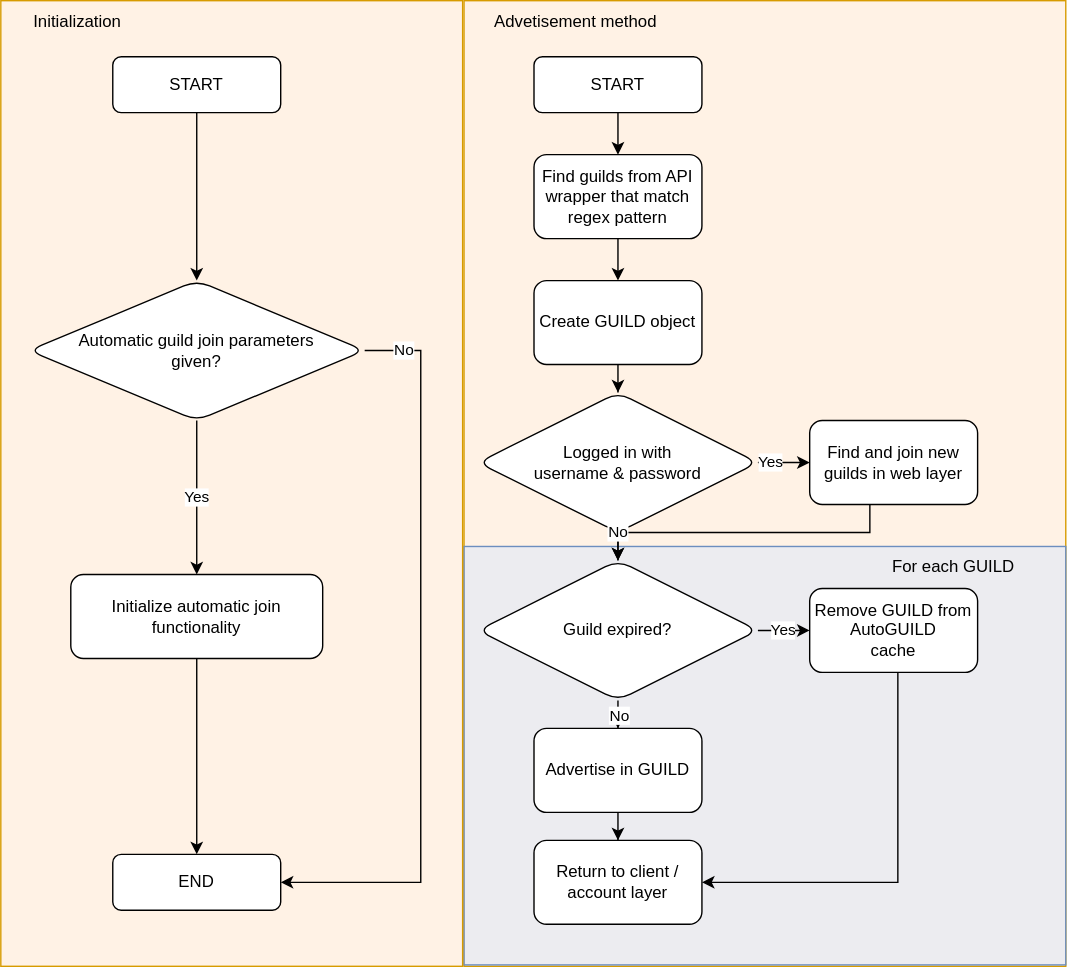
The draw.io diagram docs/thesis/images/daf-guild-auto-layer-flowchart.svg in davidhozic/discord-advertisement-framework, before a commit. Source tidied: cells renumbered, new cells last; positions are measured from the earlier drawing's top-left corner, leaving out a move shared by most shapes. The source it was exported from:
```xml
<mxGraphModel>
  <root>
    <mxCell id="0" />
    <mxCell id="1" parent="0" />
    <mxCell id="2" style="rounded=0;whiteSpace=wrap;html=1;fillOpacity=50;align=left;fillColor=#ffe6cc;strokeColor=#d79b00;" parent="1" vertex="1">
      <mxGeometry x="331" width="430" height="690" as="geometry" />
    </mxCell>
    <mxCell id="3" style="rounded=0;whiteSpace=wrap;html=1;fillOpacity=50;align=left;fillColor=#dae8fc;strokeColor=#6c8ebf;" parent="1" vertex="1">
      <mxGeometry x="331" y="390" width="430" height="299" as="geometry" />
    </mxCell>
    <mxCell id="4" style="rounded=0;whiteSpace=wrap;html=1;fillOpacity=50;align=left;fillColor=#ffe6cc;strokeColor=#d79b00;" parent="1" vertex="1">
      <mxGeometry width="330" height="690" as="geometry" />
    </mxCell>
    <mxCell id="5" style="edgeStyle=orthogonalEdgeStyle;rounded=0;jettySize=auto;html=1;" parent="1" edge="1" source="6" target="10">
      <mxGeometry relative="1" as="geometry" />
    </mxCell>
    <mxCell id="6" value="START" style="rounded=1;whiteSpace=wrap;html=1;" parent="1" vertex="1">
      <mxGeometry x="80" y="40" width="120" height="40" as="geometry" />
    </mxCell>
    <mxCell id="7" value="Yes" style="edgeStyle=orthogonalEdgeStyle;rounded=0;jettySize=auto;html=1;" parent="1" edge="1" source="10" target="12">
      <mxGeometry relative="1" as="geometry" />
    </mxCell>
    <mxCell id="8" style="edgeStyle=orthogonalEdgeStyle;rounded=0;jettySize=auto;html=1;entryX=1;entryY=0.5;entryDx=0;entryDy=0;" parent="1" edge="1" source="10" target="13">
      <mxGeometry relative="1" as="geometry">
        <Array as="points">
          <mxPoint x="300" y="250" />
          <mxPoint x="300" y="630" />
        </Array>
      </mxGeometry>
    </mxCell>
    <mxCell id="9" value="No" style="edgeLabel;html=1;align=center;verticalAlign=middle;" parent="8" vertex="1">
      <mxGeometry x="-0.67" y="-3" relative="1" as="geometry">
        <mxPoint x="-10" y="-45" as="offset" />
      </mxGeometry>
    </mxCell>
    <mxCell id="10" value="Automatic guild join parameters&lt;br&gt;given?" style="rhombus;whiteSpace=wrap;html=1;rounded=1;" parent="1" vertex="1">
      <mxGeometry x="20" y="200" width="240" height="100" as="geometry" />
    </mxCell>
    <mxCell id="11" style="edgeStyle=orthogonalEdgeStyle;rounded=0;jettySize=auto;html=1;" parent="1" edge="1" source="12" target="13">
      <mxGeometry relative="1" as="geometry" />
    </mxCell>
    <mxCell id="12" value="Initialize automatic join&lt;br&gt;functionality" style="whiteSpace=wrap;html=1;rounded=1;" parent="1" vertex="1">
      <mxGeometry x="50" y="410" width="180" height="60" as="geometry" />
    </mxCell>
    <mxCell id="13" value="END" style="whiteSpace=wrap;html=1;rounded=1;" parent="1" vertex="1">
      <mxGeometry x="80" y="610" width="120" height="40" as="geometry" />
    </mxCell>
    <mxCell id="14" value="Initialization" style="text;html=1;strokeColor=none;fillColor=none;align=center;verticalAlign=middle;whiteSpace=wrap;rounded=0;" parent="1" vertex="1">
      <mxGeometry width="110" height="30" as="geometry" />
    </mxCell>
    <mxCell id="15" style="edgeStyle=orthogonalEdgeStyle;rounded=0;jettySize=auto;html=1;" parent="1" edge="1" source="16" target="19">
      <mxGeometry relative="1" as="geometry" />
    </mxCell>
    <mxCell id="16" value="START" style="rounded=1;whiteSpace=wrap;html=1;" parent="1" vertex="1">
      <mxGeometry x="381" y="40" width="120" height="40" as="geometry" />
    </mxCell>
    <mxCell id="17" value="Advetisement method" style="text;html=1;strokeColor=none;fillColor=none;align=center;verticalAlign=middle;whiteSpace=wrap;rounded=0;" parent="1" vertex="1">
      <mxGeometry x="331" width="160" height="30" as="geometry" />
    </mxCell>
    <mxCell id="18" style="edgeStyle=orthogonalEdgeStyle;rounded=0;jettySize=auto;html=1;" parent="1" edge="1" source="19" target="21">
      <mxGeometry relative="1" as="geometry" />
    </mxCell>
    <mxCell id="19" value="Find guilds from API wrapper that match&lt;br&gt;regex pattern" style="whiteSpace=wrap;html=1;rounded=1;" parent="1" vertex="1">
      <mxGeometry x="381" y="110" width="120" height="60" as="geometry" />
    </mxCell>
    <mxCell id="20" style="edgeStyle=orthogonalEdgeStyle;rounded=0;jettySize=auto;html=1;" parent="1" edge="1" source="21" target="24">
      <mxGeometry relative="1" as="geometry" />
    </mxCell>
    <mxCell id="21" value="Create GUILD object" style="whiteSpace=wrap;html=1;rounded=1;" parent="1" vertex="1">
      <mxGeometry x="381" y="200" width="120" height="60" as="geometry" />
    </mxCell>
    <mxCell id="22" value="Yes" style="edgeStyle=orthogonalEdgeStyle;rounded=0;jettySize=auto;html=1;" parent="1" edge="1" source="24" target="26">
      <mxGeometry x="-0.53" relative="1" as="geometry" />
    </mxCell>
    <mxCell id="23" style="edgeStyle=orthogonalEdgeStyle;rounded=0;jettySize=auto;html=1;" parent="1" edge="1" source="24" target="30">
      <mxGeometry relative="1" as="geometry" />
    </mxCell>
    <mxCell id="24" value="Logged in with&lt;br&gt;username &amp;amp; password" style="rhombus;whiteSpace=wrap;html=1;rounded=1;" parent="1" vertex="1">
      <mxGeometry x="341" y="280" width="200" height="100" as="geometry" />
    </mxCell>
    <mxCell id="25" value="No" style="edgeStyle=orthogonalEdgeStyle;rounded=0;jettySize=auto;html=1;" parent="1" edge="1" source="26" target="30">
      <mxGeometry x="0.82" relative="1" as="geometry">
        <Array as="points">
          <mxPoint x="621" y="380" />
          <mxPoint x="441" y="380" />
        </Array>
      </mxGeometry>
    </mxCell>
    <mxCell id="26" value="Find and join new guilds in web layer" style="whiteSpace=wrap;html=1;rounded=1;" parent="1" vertex="1">
      <mxGeometry x="578" y="300" width="120" height="60" as="geometry" />
    </mxCell>
    <mxCell id="27" value="Yes" style="edgeStyle=orthogonalEdgeStyle;rounded=0;jettySize=auto;html=1;" parent="1" edge="1" source="30" target="32">
      <mxGeometry relative="1" as="geometry" />
    </mxCell>
    <mxCell id="28" style="edgeStyle=orthogonalEdgeStyle;rounded=0;jettySize=auto;html=1;" parent="1" edge="1" source="30" target="34">
      <mxGeometry relative="1" as="geometry" />
    </mxCell>
    <mxCell id="29" value="No" style="edgeLabel;html=1;align=center;verticalAlign=middle;" parent="28" vertex="1">
      <mxGeometry x="-0.27" y="-1" relative="1" as="geometry">
        <mxPoint x="-1" y="-8" as="offset" />
      </mxGeometry>
    </mxCell>
    <mxCell id="30" value="Guild expired?" style="rhombus;whiteSpace=wrap;html=1;rounded=1;" parent="1" vertex="1">
      <mxGeometry x="341" y="400" width="200" height="100" as="geometry" />
    </mxCell>
    <mxCell id="31" style="edgeStyle=orthogonalEdgeStyle;rounded=0;jettySize=auto;html=1;entryX=1;entryY=0.5;entryDx=0;entryDy=0;" parent="1" edge="1" source="32" target="35">
      <mxGeometry relative="1" as="geometry">
        <Array as="points">
          <mxPoint x="641" y="630" />
        </Array>
      </mxGeometry>
    </mxCell>
    <mxCell id="32" value="Remove GUILD from&lt;br&gt;AutoGUILD&lt;br&gt;cache" style="whiteSpace=wrap;html=1;rounded=1;" parent="1" vertex="1">
      <mxGeometry x="578" y="420" width="120" height="60" as="geometry" />
    </mxCell>
    <mxCell id="33" style="edgeStyle=orthogonalEdgeStyle;rounded=0;jettySize=auto;html=1;" parent="1" edge="1" source="34" target="35">
      <mxGeometry relative="1" as="geometry" />
    </mxCell>
    <mxCell id="34" value="Advertise in GUILD" style="whiteSpace=wrap;html=1;rounded=1;" parent="1" vertex="1">
      <mxGeometry x="381" y="520" width="120" height="60" as="geometry" />
    </mxCell>
    <mxCell id="35" value="Return to client / account layer" style="whiteSpace=wrap;html=1;rounded=1;" parent="1" vertex="1">
      <mxGeometry x="381" y="600" width="120" height="60" as="geometry" />
    </mxCell>
    <mxCell id="36" value="For each GUILD" style="text;html=1;strokeColor=none;fillColor=none;align=center;verticalAlign=middle;whiteSpace=wrap;rounded=0;" parent="1" vertex="1">
      <mxGeometry x="601" y="390" width="160" height="30" as="geometry" />
    </mxCell>
  </root>
</mxGraphModel>
```
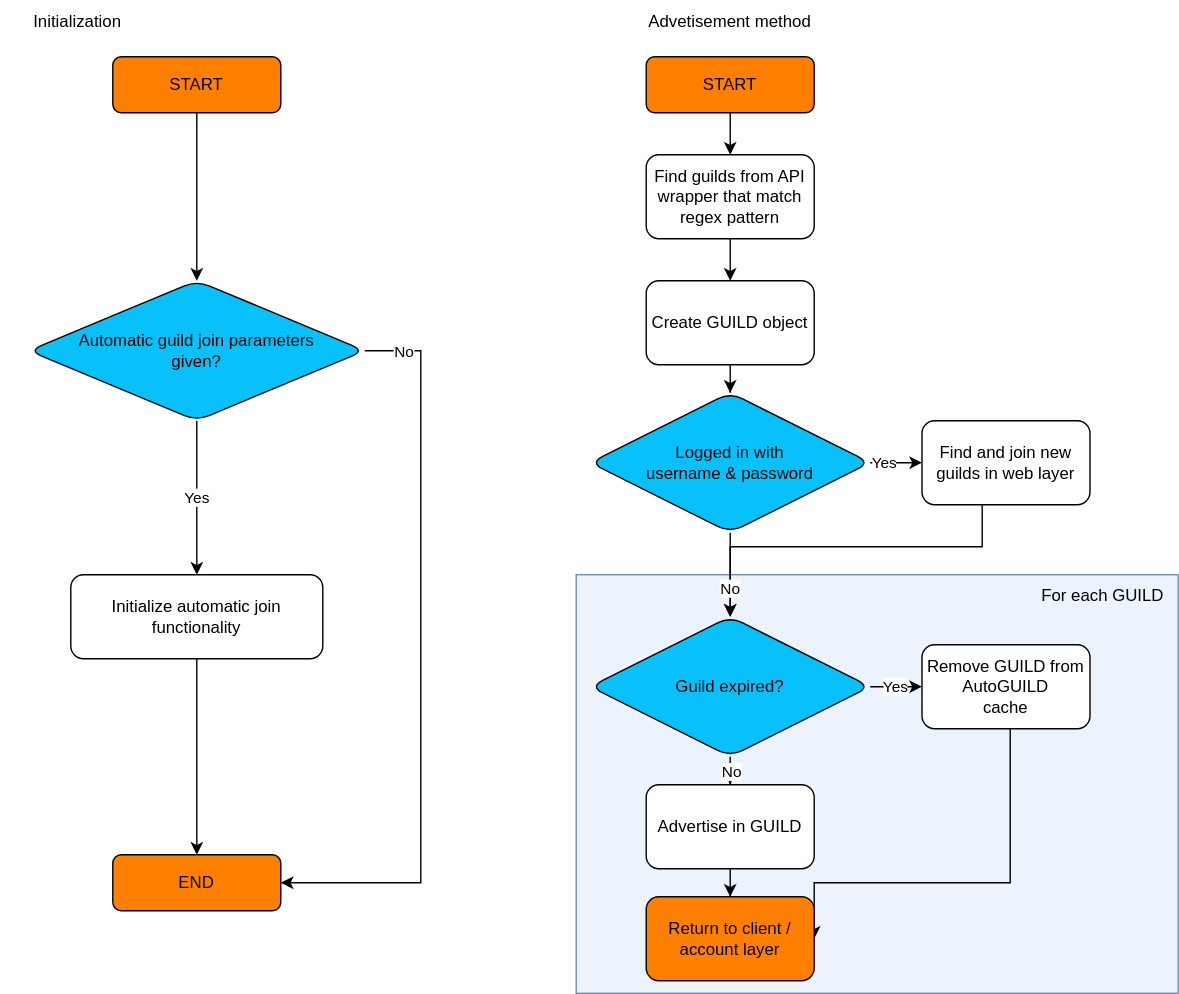
Later version of the same file.

Commit message:
message layer

What changed in the source:
```diff
@@ -2,19 +2,13 @@
   <root>
     <mxCell id="0" />
     <mxCell id="1" parent="0" />
-    <mxCell id="2" style="rounded=0;whiteSpace=wrap;html=1;fillOpacity=50;align=left;fillColor=#ffe6cc;strokeColor=#d79b00;" parent="1" vertex="1">
-      <mxGeometry x="331" width="430" height="690" as="geometry" />
-    </mxCell>
     <mxCell id="3" style="rounded=0;whiteSpace=wrap;html=1;fillOpacity=50;align=left;fillColor=#dae8fc;strokeColor=#6c8ebf;" parent="1" vertex="1">
-      <mxGeometry x="331" y="390" width="430" height="299" as="geometry" />
+      <mxGeometry x="411" y="410" width="430" height="299" as="geometry" />
     </mxCell>
-    <mxCell id="4" style="rounded=0;whiteSpace=wrap;html=1;fillOpacity=50;align=left;fillColor=#ffe6cc;strokeColor=#d79b00;" parent="1" vertex="1">
-      <mxGeometry width="330" height="690" as="geometry" />
-    </mxCell>
     <mxCell id="5" style="edgeStyle=orthogonalEdgeStyle;rounded=0;jettySize=auto;html=1;" parent="1" edge="1" source="6" target="10">
       <mxGeometry relative="1" as="geometry" />
     </mxCell>
-    <mxCell id="6" value="START" style="rounded=1;whiteSpace=wrap;html=1;" parent="1" vertex="1">
+    <mxCell id="6" value="START" style="rounded=1;whiteSpace=wrap;html=1;fillColor=#FF8000;" parent="1" vertex="1">
       <mxGeometry x="80" y="40" width="120" height="40" as="geometry" />
     </mxCell>
     <mxCell id="7" value="Yes" style="edgeStyle=orthogonalEdgeStyle;rounded=0;jettySize=auto;html=1;" parent="1" edge="1" source="10" target="12">
@@ -33,7 +27,7 @@
         <mxPoint x="-10" y="-45" as="offset" />
       </mxGeometry>
     </mxCell>
-    <mxCell id="10" value="Automatic guild join parameters&lt;br&gt;given?" style="rhombus;whiteSpace=wrap;html=1;rounded=1;" parent="1" vertex="1">
+    <mxCell id="10" value="Automatic guild join parameters&lt;br&gt;given?" style="rhombus;whiteSpace=wrap;html=1;rounded=1;fillColor=#08C1FA;" parent="1" vertex="1">
       <mxGeometry x="20" y="200" width="240" height="100" as="geometry" />
     </mxCell>
     <mxCell id="11" style="edgeStyle=orthogonalEdgeStyle;rounded=0;jettySize=auto;html=1;" parent="1" edge="1" source="12" target="13">
@@ -42,7 +36,7 @@
     <mxCell id="12" value="Initialize automatic join&lt;br&gt;functionality" style="whiteSpace=wrap;html=1;rounded=1;" parent="1" vertex="1">
       <mxGeometry x="50" y="410" width="180" height="60" as="geometry" />
     </mxCell>
-    <mxCell id="13" value="END" style="whiteSpace=wrap;html=1;rounded=1;" parent="1" vertex="1">
+    <mxCell id="13" value="END" style="whiteSpace=wrap;html=1;rounded=1;fillColor=#FF8000;" parent="1" vertex="1">
       <mxGeometry x="80" y="610" width="120" height="40" as="geometry" />
     </mxCell>
     <mxCell id="14" value="Initialization" style="text;html=1;strokeColor=none;fillColor=none;align=center;verticalAlign=middle;whiteSpace=wrap;rounded=0;" parent="1" vertex="1">
@@ -51,23 +45,23 @@
     <mxCell id="15" style="edgeStyle=orthogonalEdgeStyle;rounded=0;jettySize=auto;html=1;" parent="1" edge="1" source="16" target="19">
       <mxGeometry relative="1" as="geometry" />
     </mxCell>
-    <mxCell id="16" value="START" style="rounded=1;whiteSpace=wrap;html=1;" parent="1" vertex="1">
-      <mxGeometry x="381" y="40" width="120" height="40" as="geometry" />
+    <mxCell id="16" value="START" style="rounded=1;whiteSpace=wrap;html=1;fillColor=#FF8000;" parent="1" vertex="1">
+      <mxGeometry x="461" y="40" width="120" height="40" as="geometry" />
     </mxCell>
     <mxCell id="17" value="Advetisement method" style="text;html=1;strokeColor=none;fillColor=none;align=center;verticalAlign=middle;whiteSpace=wrap;rounded=0;" parent="1" vertex="1">
-      <mxGeometry x="331" width="160" height="30" as="geometry" />
+      <mxGeometry x="441" width="160" height="30" as="geometry" />
     </mxCell>
     <mxCell id="18" style="edgeStyle=orthogonalEdgeStyle;rounded=0;jettySize=auto;html=1;" parent="1" edge="1" source="19" target="21">
       <mxGeometry relative="1" as="geometry" />
     </mxCell>
     <mxCell id="19" value="Find guilds from API wrapper that match&lt;br&gt;regex pattern" style="whiteSpace=wrap;html=1;rounded=1;" parent="1" vertex="1">
-      <mxGeometry x="381" y="110" width="120" height="60" as="geometry" />
+      <mxGeometry x="461" y="110" width="120" height="60" as="geometry" />
     </mxCell>
     <mxCell id="20" style="edgeStyle=orthogonalEdgeStyle;rounded=0;jettySize=auto;html=1;" parent="1" edge="1" source="21" target="24">
       <mxGeometry relative="1" as="geometry" />
     </mxCell>
     <mxCell id="21" value="Create GUILD object" style="whiteSpace=wrap;html=1;rounded=1;" parent="1" vertex="1">
-      <mxGeometry x="381" y="200" width="120" height="60" as="geometry" />
+      <mxGeometry x="461" y="200" width="120" height="60" as="geometry" />
     </mxCell>
     <mxCell id="22" value="Yes" style="edgeStyle=orthogonalEdgeStyle;rounded=0;jettySize=auto;html=1;" parent="1" edge="1" source="24" target="26">
       <mxGeometry x="-0.53" relative="1" as="geometry" />
@@ -75,19 +69,19 @@
     <mxCell id="23" style="edgeStyle=orthogonalEdgeStyle;rounded=0;jettySize=auto;html=1;" parent="1" edge="1" source="24" target="30">
       <mxGeometry relative="1" as="geometry" />
     </mxCell>
-    <mxCell id="24" value="Logged in with&lt;br&gt;username &amp;amp; password" style="rhombus;whiteSpace=wrap;html=1;rounded=1;" parent="1" vertex="1">
-      <mxGeometry x="341" y="280" width="200" height="100" as="geometry" />
+    <mxCell id="24" value="Logged in with&lt;br&gt;username &amp;amp; password" style="rhombus;whiteSpace=wrap;html=1;rounded=1;fillColor=#08C1FA;" parent="1" vertex="1">
+      <mxGeometry x="421" y="280" width="200" height="100" as="geometry" />
     </mxCell>
     <mxCell id="25" value="No" style="edgeStyle=orthogonalEdgeStyle;rounded=0;jettySize=auto;html=1;" parent="1" edge="1" source="26" target="30">
-      <mxGeometry x="0.82" relative="1" as="geometry">
+      <mxGeometry x="0.85" relative="1" as="geometry">
         <Array as="points">
-          <mxPoint x="621" y="380" />
-          <mxPoint x="441" y="380" />
+          <mxPoint x="701" y="390" />
+          <mxPoint x="521" y="390" />
         </Array>
       </mxGeometry>
     </mxCell>
     <mxCell id="26" value="Find and join new guilds in web layer" style="whiteSpace=wrap;html=1;rounded=1;" parent="1" vertex="1">
-      <mxGeometry x="578" y="300" width="120" height="60" as="geometry" />
+      <mxGeometry x="658" y="300" width="120" height="60" as="geometry" />
     </mxCell>
     <mxCell id="27" value="Yes" style="edgeStyle=orthogonalEdgeStyle;rounded=0;jettySize=auto;html=1;" parent="1" edge="1" source="30" target="32">
       <mxGeometry relative="1" as="geometry" />
@@ -100,30 +94,30 @@
         <mxPoint x="-1" y="-8" as="offset" />
       </mxGeometry>
     </mxCell>
-    <mxCell id="30" value="Guild expired?" style="rhombus;whiteSpace=wrap;html=1;rounded=1;" parent="1" vertex="1">
-      <mxGeometry x="341" y="400" width="200" height="100" as="geometry" />
+    <mxCell id="30" value="Guild expired?" style="rhombus;whiteSpace=wrap;html=1;rounded=1;fillColor=#08C1FA;" parent="1" vertex="1">
+      <mxGeometry x="421" y="440" width="200" height="100" as="geometry" />
     </mxCell>
     <mxCell id="31" style="edgeStyle=orthogonalEdgeStyle;rounded=0;jettySize=auto;html=1;entryX=1;entryY=0.5;entryDx=0;entryDy=0;" parent="1" edge="1" source="32" target="35">
       <mxGeometry relative="1" as="geometry">
         <Array as="points">
-          <mxPoint x="641" y="630" />
+          <mxPoint x="721" y="630" />
         </Array>
       </mxGeometry>
     </mxCell>
     <mxCell id="32" value="Remove GUILD from&lt;br&gt;AutoGUILD&lt;br&gt;cache" style="whiteSpace=wrap;html=1;rounded=1;" parent="1" vertex="1">
-      <mxGeometry x="578" y="420" width="120" height="60" as="geometry" />
+      <mxGeometry x="658" y="460" width="120" height="60" as="geometry" />
     </mxCell>
     <mxCell id="33" style="edgeStyle=orthogonalEdgeStyle;rounded=0;jettySize=auto;html=1;" parent="1" edge="1" source="34" target="35">
       <mxGeometry relative="1" as="geometry" />
     </mxCell>
     <mxCell id="34" value="Advertise in GUILD" style="whiteSpace=wrap;html=1;rounded=1;" parent="1" vertex="1">
-      <mxGeometry x="381" y="520" width="120" height="60" as="geometry" />
+      <mxGeometry x="461" y="560" width="120" height="60" as="geometry" />
     </mxCell>
-    <mxCell id="35" value="Return to client / account layer" style="whiteSpace=wrap;html=1;rounded=1;" parent="1" vertex="1">
-      <mxGeometry x="381" y="600" width="120" height="60" as="geometry" />
+    <mxCell id="35" value="Return to client / account layer" style="whiteSpace=wrap;html=1;rounded=1;fillColor=#FF8000;" parent="1" vertex="1">
+      <mxGeometry x="461" y="640" width="120" height="60" as="geometry" />
     </mxCell>
-    <mxCell id="36" value="For each GUILD" style="text;html=1;strokeColor=none;fillColor=none;align=center;verticalAlign=middle;whiteSpace=wrap;rounded=0;" parent="1" vertex="1">
-      <mxGeometry x="601" y="390" width="160" height="30" as="geometry" />
+    <mxCell id="36" value="For each GUILD" style="text;html=1;strokeColor=none;fillColor=none;align=right;verticalAlign=middle;whiteSpace=wrap;rounded=0;spacing=10;" parent="1" vertex="1">
+      <mxGeometry x="681" y="410" width="160" height="30" as="geometry" />
     </mxCell>
   </root>
 </mxGraphModel>
```
